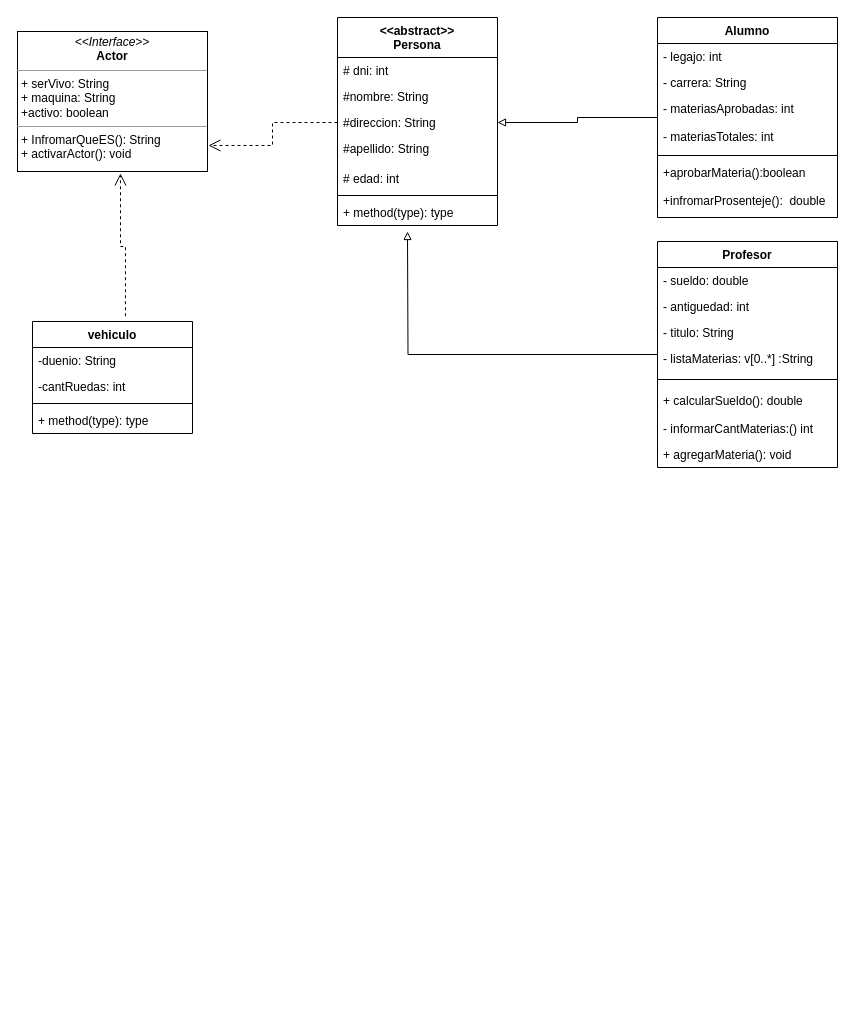
Above: Untitled Diagram.drawio in alex90o/DiagramaDeClasesTpDigit (draw.io), before the change. Source tidied: cells renumbered, new cells numbered last; positions are measured from the earlier drawing's top-left corner, leaving out a move shared by most shapes. Both pictures are drawn from the tidied source at 100%, with x=0, y=0 at pixel (17, 17).
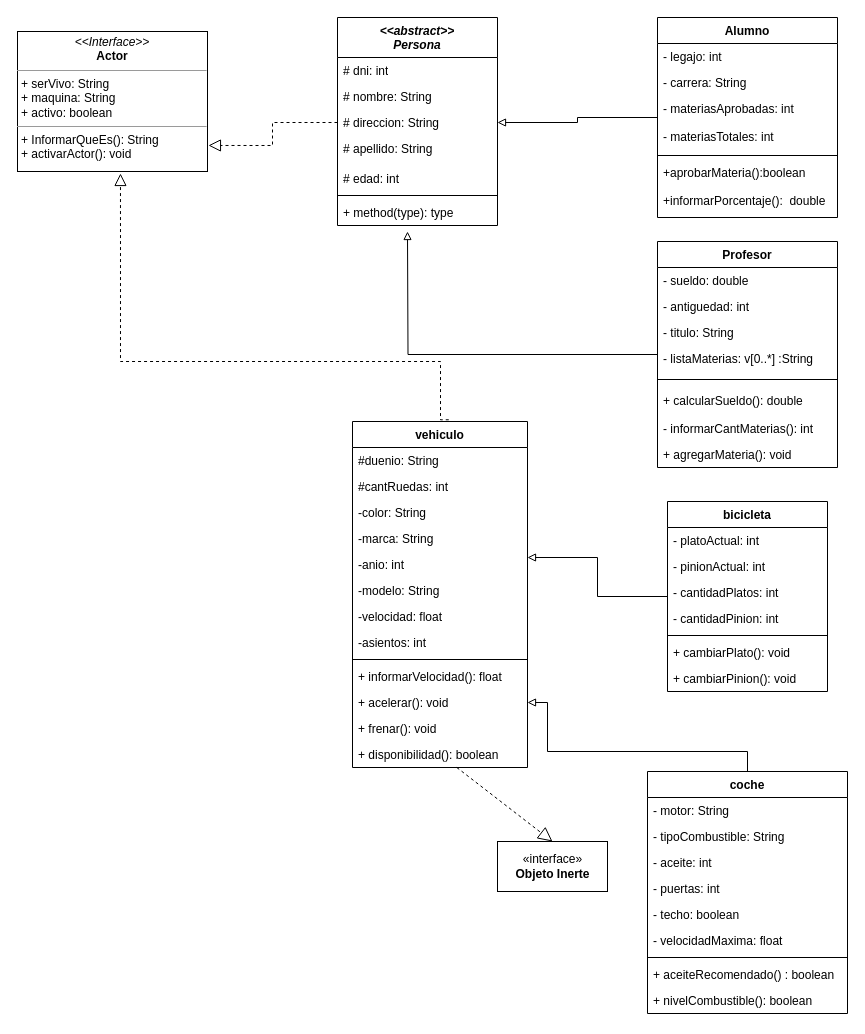
The same diagram, later.

The change refers to these unchanged cells:
```xml
<mxCell id="18" value="Profesor" style="swimlane;fontStyle=1;align=center;verticalAlign=top;horizontal=1;startSize=26;" parent="1" vertex="1">
  <mxGeometry x="640" y="224" width="180" height="226" as="geometry" />
</mxCell>
<mxCell id="28" value="Alumno" style="swimlane;fontStyle=1;align=center;verticalAlign=top;horizontal=1;startSize=26;" parent="1" vertex="1">
  <mxGeometry x="640" width="180" height="200" as="geometry" />
</mxCell>
```

The edit, as a diff of the source:
```diff
@@
-    <mxCell id="2" style="edgeStyle=orthogonalEdgeStyle;rounded=0;html=1;labelBackgroundColor=none;startFill=0;endArrow=open;endFill=0;endSize=10;fontFamily=Verdana;fontSize=10;dashed=1;entryX=1.005;entryY=0.814;entryDx=0;entryDy=0;entryPerimeter=0;exitX=0;exitY=0.5;exitDx=0;exitDy=0;" parent="1" edge="1" source="7" target="3">
+    <mxCell id="2" style="edgeStyle=orthogonalEdgeStyle;rounded=0;html=1;labelBackgroundColor=none;startFill=0;endArrow=block;endFill=0;endSize=10;fontFamily=Verdana;fontSize=10;dashed=1;entryX=1.005;entryY=0.814;entryDx=0;entryDy=0;entryPerimeter=0;exitX=0;exitY=0.5;exitDx=0;exitDy=0;" parent="1" edge="1" source="7" target="3">
       <mxGeometry relative="1" as="geometry" />
     </mxCell>
-    <mxCell id="3" value="&lt;p style=&quot;margin: 0px ; margin-top: 4px ; text-align: center&quot;&gt;&lt;i&gt;&amp;lt;&amp;lt;Interface&amp;gt;&amp;gt;&lt;/i&gt;&lt;br&gt;&lt;b&gt;Actor&lt;/b&gt;&lt;/p&gt;&lt;hr size=&quot;1&quot;&gt;&lt;p style=&quot;margin: 0px ; margin-left: 4px&quot;&gt;+ serVivo: String&lt;br&gt;+ maquina: String&lt;/p&gt;&lt;p style=&quot;margin: 0px ; margin-left: 4px&quot;&gt;+activo: boolean&lt;/p&gt;&lt;hr size=&quot;1&quot;&gt;&lt;p style=&quot;margin: 0px ; margin-left: 4px&quot;&gt;+ InfromarQueES(): String&lt;br&gt;+ activarActor(): void&lt;/p&gt;" style="verticalAlign=top;align=left;overflow=fill;fontSize=12;fontFamily=Helvetica;html=1;rounded=0;shadow=0;comic=0;labelBackgroundColor=none;strokeWidth=1;" parent="1" vertex="1">
+    <mxCell id="3" value="&lt;p style=&quot;margin: 0px ; margin-top: 4px ; text-align: center&quot;&gt;&lt;i&gt;&amp;lt;&amp;lt;Interface&amp;gt;&amp;gt;&lt;/i&gt;&lt;br&gt;&lt;b&gt;Actor&lt;/b&gt;&lt;/p&gt;&lt;hr size=&quot;1&quot;&gt;&lt;p style=&quot;margin: 0px ; margin-left: 4px&quot;&gt;+ serVivo: String&lt;br&gt;+ maquina: String&lt;/p&gt;&lt;p style=&quot;margin: 0px ; margin-left: 4px&quot;&gt;+ activo: boolean&lt;/p&gt;&lt;hr size=&quot;1&quot;&gt;&lt;p style=&quot;margin: 0px ; margin-left: 4px&quot;&gt;+ InformarQueEs(): String&lt;br&gt;+ activarActor(): void&lt;/p&gt;" style="verticalAlign=top;align=left;overflow=fill;fontSize=12;fontFamily=Helvetica;html=1;rounded=0;shadow=0;comic=0;labelBackgroundColor=none;strokeWidth=1;" parent="1" vertex="1">
       <mxGeometry y="14" width="190" height="140" as="geometry" />
     </mxCell>
-    <mxCell id="4" value="&lt;&lt;abstract&gt;&gt;&#10;Persona" style="swimlane;fontStyle=1;align=center;verticalAlign=top;horizontal=1;startSize=40;" parent="1" vertex="1">
+    <mxCell id="4" value="&lt;&lt;abstract&gt;&gt;&#10;Persona" style="swimlane;fontStyle=3;align=center;verticalAlign=top;horizontal=1;startSize=40;" parent="1" vertex="1">
       <mxGeometry x="320" width="160" height="208" as="geometry" />
     </mxCell>
@@
-    <mxCell id="6" value="#nombre: String" style="text;html=1;strokeColor=none;fillColor=none;align=left;verticalAlign=top;spacingLeft=4;spacingRight=4;whiteSpace=wrap;overflow=hidden;" parent="4" vertex="1">
+    <mxCell id="6" value="# nombre: String" style="text;html=1;strokeColor=none;fillColor=none;align=left;verticalAlign=top;spacingLeft=4;spacingRight=4;whiteSpace=wrap;overflow=hidden;" parent="4" vertex="1">
       <mxGeometry y="66" width="160" height="26" as="geometry" />
     </mxCell>
-    <mxCell id="7" value="#direccion: String" style="text;html=1;strokeColor=none;fillColor=none;align=left;verticalAlign=top;spacingLeft=4;spacingRight=4;whiteSpace=wrap;overflow=hidden;points=[[0,0.5],[1,0.5]];portConstraint=eastwest;" parent="4" vertex="1">
+    <mxCell id="7" value="# direccion: String" style="text;html=1;strokeColor=none;fillColor=none;align=left;verticalAlign=top;spacingLeft=4;spacingRight=4;whiteSpace=wrap;overflow=hidden;points=[[0,0.5],[1,0.5]];portConstraint=eastwest;" parent="4" vertex="1">
       <mxGeometry y="92" width="160" height="26" as="geometry" />
     </mxCell>
-    <mxCell id="8" value="#apellido: String&lt;br&gt;" style="text;html=1;strokeColor=none;fillColor=none;align=left;verticalAlign=top;spacingLeft=4;spacingRight=4;whiteSpace=wrap;overflow=hidden;" parent="4" vertex="1">
+    <mxCell id="8" value="# apellido: String" style="text;html=1;strokeColor=none;fillColor=none;align=left;verticalAlign=top;spacingLeft=4;spacingRight=4;whiteSpace=wrap;overflow=hidden;" parent="4" vertex="1">
       <mxGeometry y="118" width="160" height="30" as="geometry" />
     </mxCell>
@@
     <mxCell id="12" value="vehiculo&#10;" style="swimlane;fontStyle=1;align=center;verticalAlign=top;horizontal=1;startSize=26;" parent="1" vertex="1">
-      <mxGeometry x="15" y="304" width="160" height="112" as="geometry" />
+      <mxGeometry x="335" y="404" width="175" height="346" as="geometry" />
     </mxCell>
-    <mxCell id="13" value="-duenio: String&#10;" style="text;strokeColor=none;fillColor=none;align=left;verticalAlign=top;spacingLeft=4;spacingRight=4;overflow=hidden;" parent="12" vertex="1">
-      <mxGeometry y="26" width="160" height="26" as="geometry" />
+    <mxCell id="13" value="#duenio: String&#10;" style="text;strokeColor=none;fillColor=none;align=left;verticalAlign=top;spacingLeft=4;spacingRight=4;overflow=hidden;" parent="12" vertex="1">
+      <mxGeometry y="26" width="175" height="26" as="geometry" />
     </mxCell>
-    <mxCell id="14" value="-cantRuedas: int&#10;" style="text;strokeColor=none;fillColor=none;align=left;verticalAlign=top;spacingLeft=4;spacingRight=4;overflow=hidden;" parent="12" vertex="1">
-      <mxGeometry y="52" width="160" height="26" as="geometry" />
+    <mxCell id="14" value="#cantRuedas: int&#10;" style="text;strokeColor=none;fillColor=none;align=left;verticalAlign=top;spacingLeft=4;spacingRight=4;overflow=hidden;" parent="12" vertex="1">
+      <mxGeometry y="52" width="175" height="26" as="geometry" />
     </mxCell>
+    <mxCell id="37" value="-color: String&#10;" style="text;strokeColor=none;fillColor=none;align=left;verticalAlign=top;spacingLeft=4;spacingRight=4;overflow=hidden;" parent="12" vertex="1">
+      <mxGeometry y="78" width="175" height="26" as="geometry" />
+    </mxCell>
+    <mxCell id="38" value="-marca: String&#10;" style="text;strokeColor=none;fillColor=none;align=left;verticalAlign=top;spacingLeft=4;spacingRight=4;overflow=hidden;" parent="12" vertex="1">
+      <mxGeometry y="104" width="175" height="26" as="geometry" />
+    </mxCell>
+    <mxCell id="39" value="-anio: int&#10;" style="text;strokeColor=none;fillColor=none;align=left;verticalAlign=top;spacingLeft=4;spacingRight=4;overflow=hidden;points=[[0,0.5],[1,0.5]];portConstraint=eastwest;" parent="12" vertex="1">
+      <mxGeometry y="130" width="175" height="26" as="geometry" />
+    </mxCell>
+    <mxCell id="40" value="-modelo: String&#10;" style="text;strokeColor=none;fillColor=none;align=left;verticalAlign=top;spacingLeft=4;spacingRight=4;overflow=hidden;" parent="12" vertex="1">
+      <mxGeometry y="156" width="175" height="26" as="geometry" />
+    </mxCell>
+    <mxCell id="41" value="-velocidad: float" style="text;strokeColor=none;fillColor=none;align=left;verticalAlign=top;spacingLeft=4;spacingRight=4;overflow=hidden;" parent="12" vertex="1">
+      <mxGeometry y="182" width="175" height="26" as="geometry" />
+    </mxCell>
+    <mxCell id="42" value="-asientos: int" style="text;strokeColor=none;fillColor=none;align=left;verticalAlign=top;spacingLeft=4;spacingRight=4;overflow=hidden;" parent="12" vertex="1">
+      <mxGeometry y="208" width="175" height="26" as="geometry" />
+    </mxCell>
     <mxCell id="15" style="line;strokeWidth=1;fillColor=none;align=left;verticalAlign=middle;spacingTop=-1;spacingLeft=3;spacingRight=3;labelPosition=right;" parent="12" vertex="1">
-      <mxGeometry y="78" width="160" height="8" as="geometry" />
+      <mxGeometry y="234" width="175" height="8" as="geometry" />
     </mxCell>
+    <mxCell id="43" value="+ informarVelocidad(): float" style="text;strokeColor=none;fillColor=none;align=left;verticalAlign=top;spacingLeft=4;spacingRight=4;overflow=hidden;" parent="12" vertex="1">
+      <mxGeometry y="242" width="175" height="26" as="geometry" />
+    </mxCell>
-    <mxCell id="16" value="+ method(type): type" style="text;strokeColor=none;fillColor=none;align=left;verticalAlign=top;spacingLeft=4;spacingRight=4;overflow=hidden;points=[[0,0.5],[1,0.5]];portConstraint=eastwest;" parent="12" vertex="1">
-      <mxGeometry y="86" width="160" height="26" as="geometry" />
+    <mxCell id="16" value="+ acelerar(): void" style="text;strokeColor=none;fillColor=none;align=left;verticalAlign=top;spacingLeft=4;spacingRight=4;overflow=hidden;points=[[0,0.5],[1,0.5]];portConstraint=eastwest;" parent="12" vertex="1">
+      <mxGeometry y="268" width="175" height="26" as="geometry" />
     </mxCell>
+    <mxCell id="44" value="+ frenar(): void" style="text;strokeColor=none;fillColor=none;align=left;verticalAlign=top;spacingLeft=4;spacingRight=4;overflow=hidden;" parent="12" vertex="1">
+      <mxGeometry y="294" width="175" height="26" as="geometry" />
+    </mxCell>
+    <mxCell id="45" value="+ disponibilidad(): boolean" style="text;strokeColor=none;fillColor=none;align=left;verticalAlign=top;spacingLeft=4;spacingRight=4;overflow=hidden;points=[[0,0.5],[1,0.5]];portConstraint=eastwest;" parent="12" vertex="1">
+      <mxGeometry y="320" width="175" height="26" as="geometry" />
+    </mxCell>
@@
-    <mxCell id="25" value="- informarCantMaterias:() int" style="text;html=1;strokeColor=none;fillColor=none;align=left;verticalAlign=top;spacingLeft=4;spacingRight=4;whiteSpace=wrap;overflow=hidden;" parent="18" vertex="1">
+    <mxCell id="25" value="- informarCantMaterias(): int" style="text;html=1;strokeColor=none;fillColor=none;align=left;verticalAlign=top;spacingLeft=4;spacingRight=4;whiteSpace=wrap;overflow=hidden;" parent="18" vertex="1">
       <mxGeometry y="174" width="180" height="26" as="geometry" />
     </mxCell>
@@
-    <mxCell id="35" value="+infromarProsenteje():  double&#10;&#10;" style="text;strokeColor=none;fillColor=none;align=left;verticalAlign=top;spacingLeft=4;spacingRight=4;overflow=hidden;" parent="28" vertex="1">
+    <mxCell id="35" value="+informarPorcentaje():  double&#10;&#10;" style="text;strokeColor=none;fillColor=none;align=left;verticalAlign=top;spacingLeft=4;spacingRight=4;overflow=hidden;" parent="28" vertex="1">
       <mxGeometry y="170" width="180" height="30" as="geometry" />
     </mxCell>
-    <mxCell id="36" style="edgeStyle=orthogonalEdgeStyle;rounded=0;html=1;labelBackgroundColor=none;startFill=0;endArrow=open;endFill=0;endSize=10;fontFamily=Verdana;fontSize=10;dashed=1;entryX=0.542;entryY=1.014;entryDx=0;entryDy=0;entryPerimeter=0;exitX=0.581;exitY=-0.047;exitDx=0;exitDy=0;exitPerimeter=0;" parent="1" edge="1" source="12" target="3">
-      <mxGeometry relative="1" as="geometry" />
+    <mxCell id="36" style="edgeStyle=orthogonalEdgeStyle;rounded=0;html=1;labelBackgroundColor=none;startFill=0;endArrow=block;endFill=0;endSize=10;fontFamily=Verdana;fontSize=10;dashed=1;entryX=0.542;entryY=1.014;entryDx=0;entryDy=0;entryPerimeter=0;exitX=0.55;exitY=-0.005;exitDx=0;exitDy=0;exitPerimeter=0;" parent="1" edge="1" source="12" target="3">
+      <mxGeometry relative="1" as="geometry">
+        <Array as="points">
+          <mxPoint x="423" y="344" />
+          <mxPoint x="103" y="344" />
+        </Array>
+      </mxGeometry>
     </mxCell>
+    <mxCell id="46" style="edgeStyle=orthogonalEdgeStyle;rounded=0;jettySize=auto;html=1;entryX=1;entryY=0.231;entryDx=0;entryDy=0;entryPerimeter=0;endArrow=block;endFill=0;" parent="1" edge="1" source="47" target="39">
+      <mxGeometry relative="1" as="geometry" />
+    </mxCell>
+    <mxCell id="47" value="bicicleta&#10;" style="swimlane;fontStyle=1;align=center;verticalAlign=top;horizontal=1;startSize=26;" parent="1" vertex="1">
+      <mxGeometry x="650" y="484" width="160" height="190" as="geometry" />
+    </mxCell>
+    <mxCell id="48" value="- platoActual: int " style="text;strokeColor=none;fillColor=none;align=left;verticalAlign=top;spacingLeft=4;spacingRight=4;overflow=hidden;" parent="47" vertex="1">
+      <mxGeometry y="26" width="160" height="26" as="geometry" />
+    </mxCell>
+    <mxCell id="49" value="- pinionActual: int" style="text;strokeColor=none;fillColor=none;align=left;verticalAlign=top;spacingLeft=4;spacingRight=4;overflow=hidden;" parent="47" vertex="1">
+      <mxGeometry y="52" width="160" height="26" as="geometry" />
+    </mxCell>
+    <mxCell id="50" value="- cantidadPlatos: int" style="text;strokeColor=none;fillColor=none;align=left;verticalAlign=top;spacingLeft=4;spacingRight=4;overflow=hidden;" parent="47" vertex="1">
+      <mxGeometry y="78" width="160" height="26" as="geometry" />
+    </mxCell>
+    <mxCell id="51" value="- cantidadPinion: int" style="text;strokeColor=none;fillColor=none;align=left;verticalAlign=top;spacingLeft=4;spacingRight=4;overflow=hidden;" parent="47" vertex="1">
+      <mxGeometry y="104" width="160" height="26" as="geometry" />
+    </mxCell>
+    <mxCell id="52" style="line;strokeWidth=1;fillColor=none;align=left;verticalAlign=middle;spacingTop=-1;spacingLeft=3;spacingRight=3;labelPosition=right;" parent="47" vertex="1">
+      <mxGeometry y="130" width="160" height="8" as="geometry" />
+    </mxCell>
+    <mxCell id="53" value="+ cambiarPlato(): void" style="text;strokeColor=none;fillColor=none;align=left;verticalAlign=top;spacingLeft=4;spacingRight=4;overflow=hidden;" parent="47" vertex="1">
+      <mxGeometry y="138" width="160" height="26" as="geometry" />
+    </mxCell>
+    <mxCell id="54" value="+ cambiarPinion(): void" style="text;strokeColor=none;fillColor=none;align=left;verticalAlign=top;spacingLeft=4;spacingRight=4;overflow=hidden;" parent="47" vertex="1">
+      <mxGeometry y="164" width="160" height="26" as="geometry" />
+    </mxCell>
+    <mxCell id="55" style="edgeStyle=orthogonalEdgeStyle;rounded=0;jettySize=auto;html=1;endArrow=block;endFill=0;" parent="1" edge="1" source="56" target="16">
+      <mxGeometry relative="1" as="geometry">
+        <Array as="points">
+          <mxPoint x="730" y="734" />
+          <mxPoint x="530" y="734" />
+          <mxPoint x="530" y="685" />
+        </Array>
+      </mxGeometry>
+    </mxCell>
+    <mxCell id="56" value="coche" style="swimlane;fontStyle=1;align=center;verticalAlign=top;horizontal=1;startSize=26;" parent="1" vertex="1">
+      <mxGeometry x="630" y="754" width="200" height="242" as="geometry" />
+    </mxCell>
+    <mxCell id="57" value="- motor: String&#10;" style="text;strokeColor=none;fillColor=none;align=left;verticalAlign=top;spacingLeft=4;spacingRight=4;overflow=hidden;" parent="56" vertex="1">
+      <mxGeometry y="26" width="200" height="26" as="geometry" />
+    </mxCell>
+    <mxCell id="58" value="- tipoCombustible: String&#10;" style="text;strokeColor=none;fillColor=none;align=left;verticalAlign=top;spacingLeft=4;spacingRight=4;overflow=hidden;" parent="56" vertex="1">
+      <mxGeometry y="52" width="200" height="26" as="geometry" />
+    </mxCell>
+    <mxCell id="59" value="- aceite: int&#10;" style="text;strokeColor=none;fillColor=none;align=left;verticalAlign=top;spacingLeft=4;spacingRight=4;overflow=hidden;" parent="56" vertex="1">
+      <mxGeometry y="78" width="200" height="26" as="geometry" />
+    </mxCell>
+    <mxCell id="60" value="- puertas: int&#10;" style="text;strokeColor=none;fillColor=none;align=left;verticalAlign=top;spacingLeft=4;spacingRight=4;overflow=hidden;" parent="56" vertex="1">
+      <mxGeometry y="104" width="200" height="26" as="geometry" />
+    </mxCell>
+    <mxCell id="61" value="- techo: boolean&#10;" style="text;strokeColor=none;fillColor=none;align=left;verticalAlign=top;spacingLeft=4;spacingRight=4;overflow=hidden;" parent="56" vertex="1">
+      <mxGeometry y="130" width="200" height="26" as="geometry" />
+    </mxCell>
+    <mxCell id="62" value="- velocidadMaxima: float&#10;" style="text;strokeColor=none;fillColor=none;align=left;verticalAlign=top;spacingLeft=4;spacingRight=4;overflow=hidden;" parent="56" vertex="1">
+      <mxGeometry y="156" width="200" height="26" as="geometry" />
+    </mxCell>
+    <mxCell id="63" style="line;strokeWidth=1;fillColor=none;align=left;verticalAlign=middle;spacingTop=-1;spacingLeft=3;spacingRight=3;labelPosition=right;" parent="56" vertex="1">
+      <mxGeometry y="182" width="200" height="8" as="geometry" />
+    </mxCell>
+    <mxCell id="64" value="+ aceiteRecomendado() : boolean" style="text;strokeColor=none;fillColor=none;align=left;verticalAlign=top;spacingLeft=4;spacingRight=4;overflow=hidden;" parent="56" vertex="1">
+      <mxGeometry y="190" width="200" height="26" as="geometry" />
+    </mxCell>
+    <mxCell id="65" value="+ nivelCombustible(): boolean" style="text;strokeColor=none;fillColor=none;align=left;verticalAlign=top;spacingLeft=4;spacingRight=4;overflow=hidden;" parent="56" vertex="1">
+      <mxGeometry y="216" width="200" height="26" as="geometry" />
+    </mxCell>
+    <mxCell id="66" value="«interface»&lt;br&gt;&lt;b&gt;Objeto Inerte&lt;/b&gt;" style="html=1;" parent="1" vertex="1">
+      <mxGeometry x="480" y="824" width="110" height="50" as="geometry" />
+    </mxCell>
+    <mxCell id="67" style="endArrow=block;dashed=1;endFill=0;endSize=12;html=1;entryX=0.5;entryY=0;entryDx=0;entryDy=0;" parent="1" edge="1" source="45" target="66">
+      <mxGeometry relative="1" as="geometry" />
+    </mxCell>
```
